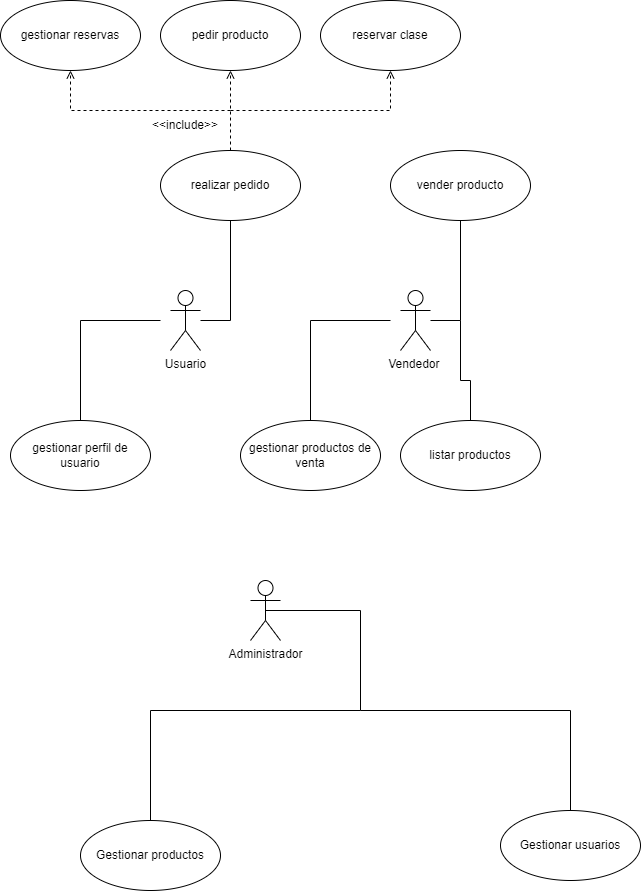
Above: diagrama_casos_de_uso.png in OscarELCRACK17/imagen (draw.io), before the change. Source tidied: cells renumbered, new cells last; positions are measured from the earlier drawing's top-left corner, leaving out a move shared by most shapes.
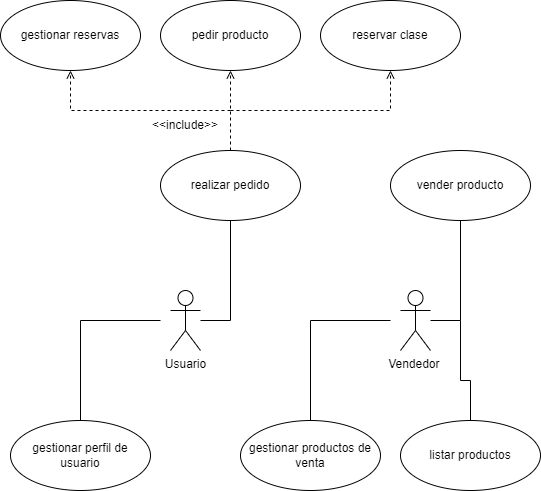
After the change.

What changed in the source:
```diff
@@ -16,17 +16,6 @@
     <mxCell id="4" value="Vendedor&amp;nbsp;&lt;br&gt;" style="shape=umlActor;html=1;verticalLabelPosition=bottom;verticalAlign=top;align=center;" parent="1" vertex="1">
       <mxGeometry x="400" y="290" width="30" height="60" as="geometry" />
     </mxCell>
-    <mxCell id="5" style="edgeStyle=orthogonalEdgeStyle;rounded=0;jettySize=auto;html=1;exitX=0.5;exitY=0.5;exitDx=0;exitDy=0;exitPerimeter=0;endArrow=none;endFill=0;" parent="1" edge="1" source="6">
-      <mxGeometry relative="1" as="geometry">
-        <mxPoint x="360" y="710" as="targetPoint" />
-        <Array as="points">
-          <mxPoint x="360" y="610" />
-        </Array>
-      </mxGeometry>
-    </mxCell>
-    <mxCell id="6" value="Administrador" style="shape=umlActor;html=1;verticalLabelPosition=bottom;verticalAlign=top;align=center;" parent="1" vertex="1">
-      <mxGeometry x="250" y="580" width="30" height="60" as="geometry" />
-    </mxCell>
     <mxCell id="7" value="realizar pedido" style="ellipse;whiteSpace=wrap;html=1;" parent="1" vertex="1">
       <mxGeometry x="160" y="150" width="140" height="70" as="geometry" />
     </mxCell>
@@ -110,28 +99,6 @@
     <mxCell id="21" value="listar productos" style="ellipse;whiteSpace=wrap;html=1;" parent="1" vertex="1">
       <mxGeometry x="400" y="420" width="140" height="70" as="geometry" />
     </mxCell>
-    <mxCell id="22" value="Gestionar usuarios" style="ellipse;whiteSpace=wrap;html=1;" parent="1" vertex="1">
-      <mxGeometry x="500" y="810" width="140" height="70" as="geometry" />
-    </mxCell>
-    <mxCell id="23" value="Gestionar productos" style="ellipse;whiteSpace=wrap;html=1;" parent="1" vertex="1">
-      <mxGeometry x="80" y="820" width="140" height="70" as="geometry" />
-    </mxCell>
-    <mxCell id="24" style="endArrow=none;html=1;rounded=0;entryX=0.5;entryY=0;entryDx=0;entryDy=0;endFill=0;" parent="1" edge="1" target="22">
-      <mxGeometry relative="1" as="geometry">
-        <mxPoint x="360" y="710" as="sourcePoint" />
-        <Array as="points">
-          <mxPoint x="570" y="710" />
-        </Array>
-      </mxGeometry>
-    </mxCell>
-    <mxCell id="25" style="endArrow=none;html=1;rounded=0;endFill=0;exitX=0.5;exitY=0;exitDx=0;exitDy=0;" parent="1" edge="1" source="23">
-      <mxGeometry relative="1" as="geometry">
-        <mxPoint x="360" y="710" as="targetPoint" />
-        <Array as="points">
-          <mxPoint x="150" y="710" />
-        </Array>
-      </mxGeometry>
-    </mxCell>
     <mxCell id="26" value="&amp;lt;&amp;lt;include&amp;gt;&amp;gt;" style="text;html=1;strokeColor=none;fillColor=none;align=center;verticalAlign=middle;whiteSpace=wrap;rounded=0;" parent="1" vertex="1">
       <mxGeometry x="155" y="110" width="60" height="30" as="geometry" />
     </mxCell>
```
